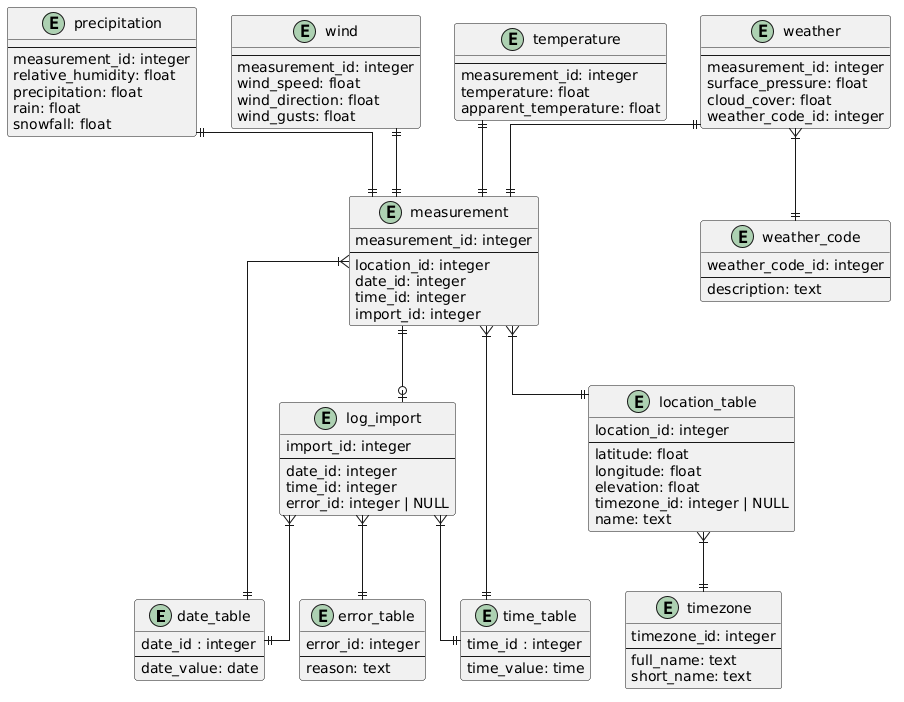
Before: Database_info/ERD.png, a diagram exported from PlantUML (K-Wid/Wprowadzenie-do-baz-danych---Projekt-zaliczeniowy).
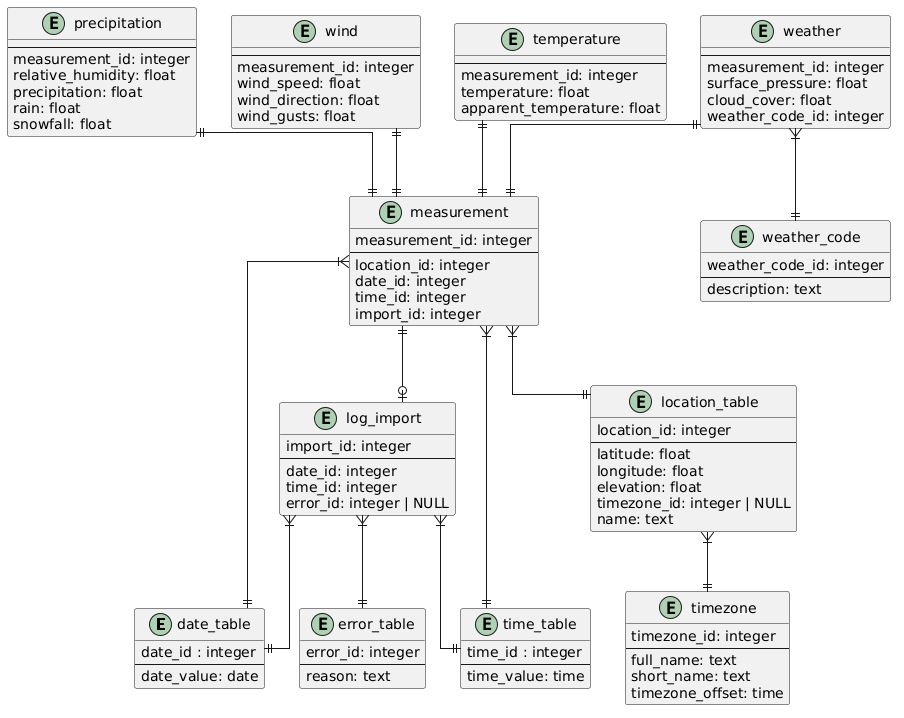
After the change.

Change to the diagram source:
```diff
@@ -32,6 +32,7 @@
     --
     full_name: text
     short_name: text
+    timezone_offset: time
 }
 
 entity location_table {
```
